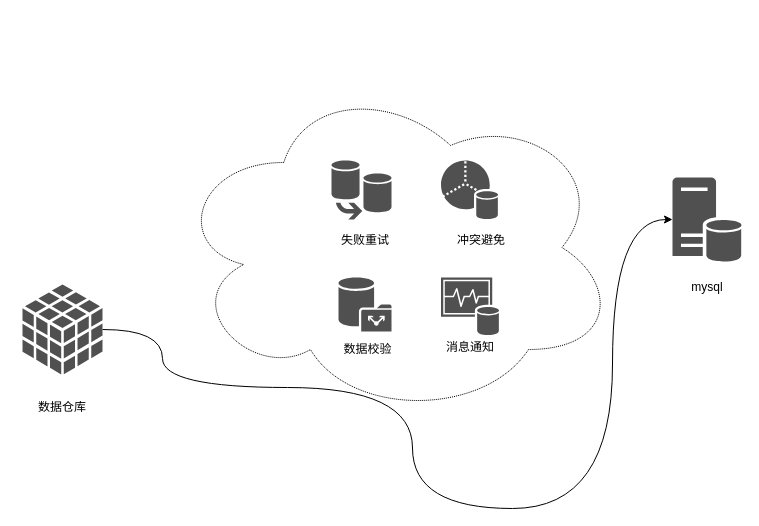
Before: page "回流" (1 of 2) of 数据采集回流.drawio in wangbin2188/draw, a draw.io diagram. Source tidied: cells renumbered, new cells numbered last; positions are measured from the earlier drawing's top-left corner, leaving out a move shared by most shapes. Both pictures are drawn from the tidied source at 100%, with x=0, y=0 at pixel (17, 77).
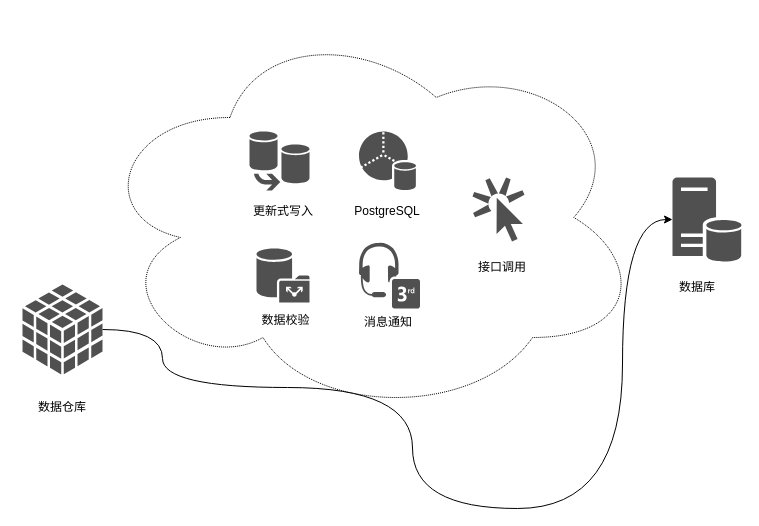
Above is the later version.

Commit message:
更新数据采集回流.drawio

Unchanged cells that the change refers to:
```xml
<mxCell id="3" style="shadow=0;dashed=0;html=1;strokeColor=none;fillColor=#505050;labelPosition=center;verticalLabelPosition=bottom;verticalAlign=top;outlineConnect=0;align=center;shape=mxgraph.office.servers.database_server;" parent="1" vertex="1">
  <mxGeometry x="655" y="100" width="70" height="84" as="geometry" />
</mxCell>
<mxCell id="5" style="shadow=0;dashed=0;html=1;strokeColor=none;fillColor=#505050;labelPosition=center;verticalLabelPosition=bottom;verticalAlign=top;outlineConnect=0;align=center;shape=mxgraph.office.databases.database_cube;" parent="1" vertex="1">
  <mxGeometry x="5" y="207" width="80" height="90" as="geometry" />
</mxCell>
```

Change to the diagram source:
```diff
@@
     <mxCell id="2" style="ellipse;shape=cloud;whiteSpace=wrap;html=1;dashed=1;dashPattern=1 1;strokeColor=#000000;strokeWidth=1;fillColor=#ffffff;gradientColor=none;" parent="1" vertex="1">
-      <mxGeometry x="155" width="445" height="340" as="geometry" />
+      <mxGeometry x="75" y="-60" width="550" height="400" as="geometry" />
     </mxCell>
@@
     <mxCell id="4" style="edgeStyle=orthogonalEdgeStyle;rounded=0;jettySize=auto;html=1;curved=1;" parent="1" edge="1" source="5" target="3">
       <mxGeometry relative="1" as="geometry">
         <Array as="points">
           <mxPoint x="145" y="252" />
           <mxPoint x="145" y="310" />
           <mxPoint x="395" y="310" />
           <mxPoint x="395" y="431" />
-          <mxPoint x="595" y="431" />
-          <mxPoint x="595" y="142" />
+          <mxPoint x="605" y="431" />
+          <mxPoint x="605" y="142" />
         </Array>
       </mxGeometry>
     </mxCell>
@@
-    <mxCell id="7" value="mysql" style="text;html=1;strokeColor=none;fillColor=none;align=center;verticalAlign=middle;whiteSpace=wrap;rounded=0;" parent="1" vertex="1">
-      <mxGeometry x="670" y="200" width="40" height="20" as="geometry" />
+    <mxCell id="7" value="数据库" style="text;html=1;strokeColor=none;fillColor=none;align=center;verticalAlign=middle;whiteSpace=wrap;rounded=0;" parent="1" vertex="1">
+      <mxGeometry x="645" y="200" width="70" height="20" as="geometry" />
     </mxCell>
-    <mxCell id="8" style="shadow=0;dashed=0;html=1;strokeColor=none;fillColor=#505050;labelPosition=center;verticalLabelPosition=bottom;verticalAlign=top;align=center;shape=mxgraph.office.databases.monitoring_store;" parent="1" vertex="1">
-      <mxGeometry x="423.5" y="200" width="58" height="58" as="geometry" />
-    </mxCell>
     <mxCell id="9" style="shadow=0;dashed=0;html=1;strokeColor=none;fillColor=#505050;labelPosition=center;verticalLabelPosition=bottom;verticalAlign=top;align=center;shape=mxgraph.office.databases.database_public_folder;" parent="1" vertex="1">
-      <mxGeometry x="321" y="200" width="53" height="54" as="geometry" />
+      <mxGeometry x="239" y="171" width="53" height="54" as="geometry" />
     </mxCell>
     <mxCell id="10" value="数据校验" style="text;html=1;strokeColor=none;fillColor=none;align=center;verticalAlign=middle;whiteSpace=wrap;rounded=0;" parent="1" vertex="1">
-      <mxGeometry x="311.5" y="262" width="77" height="20" as="geometry" />
+      <mxGeometry x="229.5" y="233" width="77" height="20" as="geometry" />
     </mxCell>
     <mxCell id="11" value="消息通知" style="text;html=1;strokeColor=none;fillColor=none;align=center;verticalAlign=middle;whiteSpace=wrap;rounded=0;" parent="1" vertex="1">
-      <mxGeometry x="407.5" y="260" width="90" height="20" as="geometry" />
+      <mxGeometry x="325.5" y="235" width="90" height="20" as="geometry" />
     </mxCell>
     <mxCell id="12" style="group;" parent="1" vertex="1">
-      <mxGeometry x="287.5" y="70" width="120" height="110" as="geometry" />
+      <mxGeometry x="205.5" y="41" width="120" height="110" as="geometry" />
     </mxCell>
-    <mxCell id="13" value="失败重试" style="text;html=1;strokeColor=none;fillColor=none;align=center;verticalAlign=middle;whiteSpace=wrap;rounded=0;" parent="12" vertex="1">
+    <mxCell id="13" value="更新式写入" style="text;html=1;strokeColor=none;fillColor=none;align=center;verticalAlign=middle;whiteSpace=wrap;rounded=0;" parent="12" vertex="1">
       <mxGeometry y="63" width="120" height="60" as="geometry" />
     </mxCell>
@@
-    <mxCell id="15" style="group;" parent="1" vertex="1">
-      <mxGeometry x="463.5" y="120" width="80" height="87" as="geometry" />
-    </mxCell>
-    <mxCell id="16" style="group;" parent="15" vertex="1">
-      <mxGeometry x="-40" y="20" width="80" height="20" as="geometry" />
-    </mxCell>
-    <mxCell id="17" value="冲突避免" style="text;html=1;strokeColor=none;fillColor=none;align=center;verticalAlign=middle;whiteSpace=wrap;rounded=0;" parent="16" vertex="1">
-      <mxGeometry y="13" width="80" height="20" as="geometry" />
-    </mxCell>
     <mxCell id="18" style="shadow=0;dashed=0;html=1;strokeColor=none;fillColor=#505050;labelPosition=center;verticalLabelPosition=bottom;verticalAlign=top;align=center;shape=mxgraph.office.databases.database_partition_3;" parent="1" vertex="1">
-      <mxGeometry x="423.5" y="83" width="57" height="59" as="geometry" />
+      <mxGeometry x="341.5" y="54" width="57" height="59" as="geometry" />
     </mxCell>
+    <mxCell id="19" value="PostgreSQL" style="text;html=1;strokeColor=none;fillColor=none;align=center;verticalAlign=middle;whiteSpace=wrap;rounded=0;" parent="1" vertex="1">
+      <mxGeometry x="350" y="124" width="40" height="20" as="geometry" />
+    </mxCell>
+    <mxCell id="20" style="shadow=0;dashed=0;html=1;strokeColor=none;fillColor=#505050;labelPosition=center;verticalLabelPosition=bottom;verticalAlign=top;align=center;shape=mxgraph.office.communications.3rd_party_call_center_solution;" parent="1" vertex="1">
+      <mxGeometry x="341.5" y="165" width="61" height="66" as="geometry" />
+    </mxCell>
+    <mxCell id="21" style="shadow=0;dashed=0;html=1;strokeColor=none;fillColor=#505050;labelPosition=center;verticalLabelPosition=bottom;verticalAlign=top;align=center;shape=mxgraph.office.concepts.get_started;" parent="1" vertex="1">
+      <mxGeometry x="455" y="100" width="52" height="64" as="geometry" />
+    </mxCell>
+    <mxCell id="22" value="接口调用" style="text;html=1;strokeColor=none;fillColor=none;align=center;verticalAlign=middle;whiteSpace=wrap;rounded=0;" parent="1" vertex="1">
+      <mxGeometry x="445" y="180" width="80" height="20" as="geometry" />
+    </mxCell>
```
